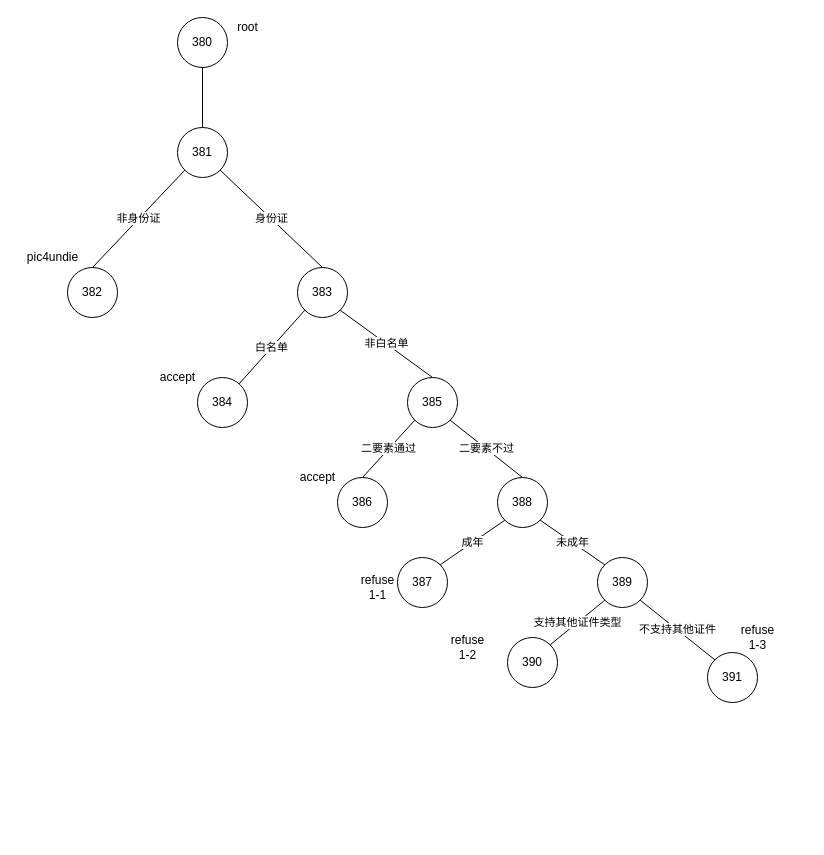
The draw.io diagram 受益人.drawio in North30/tupian, before the edit. Source tidied: cells renumbered, new cells numbered last; positions are measured from the earlier drawing's top-left corner, leaving out a move shared by most shapes. Both pictures are drawn from the tidied source at 100%, with x=0, y=0 at pixel (17, 17).
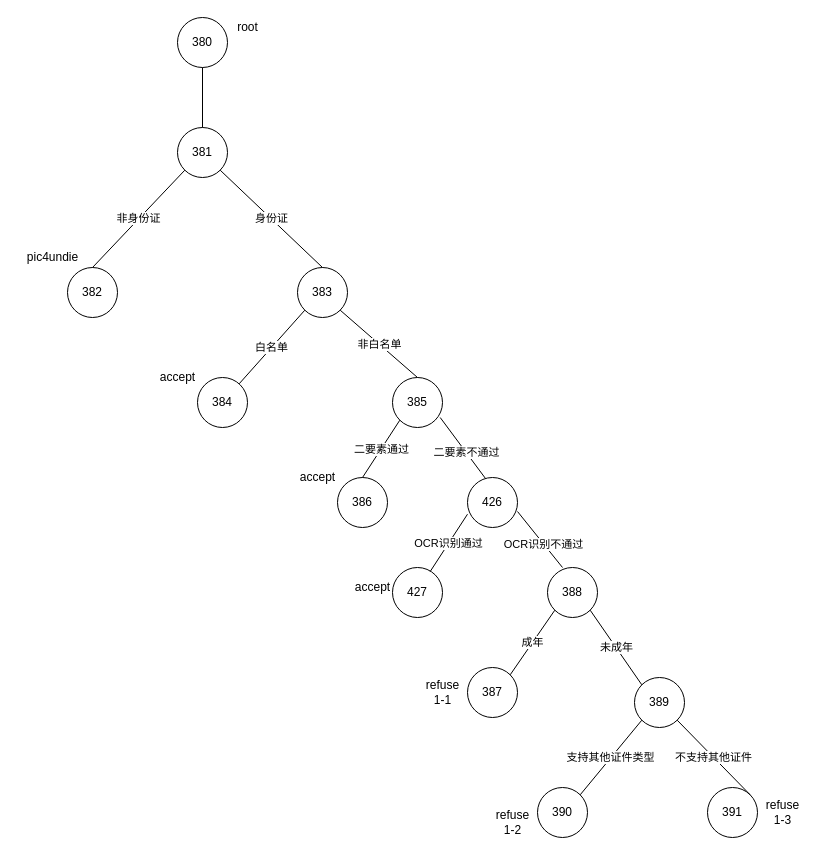
The same diagram, later.

The edit, as a diff of the source:
```diff
@@
     <mxCell id="11" value="385" style="ellipse;whiteSpace=wrap;html=1;" parent="1" vertex="1">
-      <mxGeometry x="390" y="360" width="50" height="50" as="geometry" />
+      <mxGeometry x="375" y="360" width="50" height="50" as="geometry" />
     </mxCell>
@@
     <mxCell id="16" value="388" style="ellipse;whiteSpace=wrap;html=1;" parent="1" vertex="1">
-      <mxGeometry x="480" y="460" width="50" height="50" as="geometry" />
+      <mxGeometry x="530" y="550" width="50" height="50" as="geometry" />
     </mxCell>
@@
-    <mxCell id="19" value="二要素不过" style="endArrow=none;html=1;entryX=1;entryY=1;entryDx=0;entryDy=0;exitX=0.5;exitY=0;exitDx=0;exitDy=0;" parent="1" edge="1" source="16" target="11">
-      <mxGeometry relative="1" as="geometry" />
-    </mxCell>
@@
     <mxCell id="21" value="389" style="ellipse;whiteSpace=wrap;html=1;" parent="1" vertex="1">
-      <mxGeometry x="580" y="540" width="50" height="50" as="geometry" />
+      <mxGeometry x="617" y="660" width="50" height="50" as="geometry" />
     </mxCell>
     <mxCell id="22" value="387" style="ellipse;whiteSpace=wrap;html=1;" parent="1" vertex="1">
-      <mxGeometry x="380" y="540" width="50" height="50" as="geometry" />
+      <mxGeometry x="450" y="650" width="50" height="50" as="geometry" />
     </mxCell>
@@
     <mxCell id="25" value="refuse&lt;br&gt;1-1" style="text;html=1;align=center;verticalAlign=middle;" parent="1" vertex="1">
-      <mxGeometry x="335" y="555" width="50" height="30" as="geometry" />
+      <mxGeometry x="400" y="660" width="50" height="30" as="geometry" />
     </mxCell>
-    <mxCell id="26" value="391" style="ellipse;whiteSpace=wrap;html=1;" parent="1" vertex="1">
-      <mxGeometry x="690" y="635" width="50" height="50" as="geometry" />
+    <mxCell id="26" value="391" style="ellipse;whiteSpace=wrap;html=1;direction=south;" parent="1" vertex="1">
+      <mxGeometry x="690" y="770" width="50" height="50" as="geometry" />
     </mxCell>
     <mxCell id="27" value="390" style="ellipse;whiteSpace=wrap;html=1;" parent="1" vertex="1">
-      <mxGeometry x="490" y="620" width="50" height="50" as="geometry" />
+      <mxGeometry x="520" y="770" width="50" height="50" as="geometry" />
     </mxCell>
@@
     <mxCell id="30" value="refuse&lt;br&gt;1-2" style="text;html=1;align=center;verticalAlign=middle;" parent="1" vertex="1">
-      <mxGeometry x="425" y="615" width="50" height="30" as="geometry" />
+      <mxGeometry x="470" y="790" width="50" height="30" as="geometry" />
     </mxCell>
     <mxCell id="31" value="refuse&lt;br&gt;1-3" style="text;html=1;align=center;verticalAlign=middle;" parent="1" vertex="1">
-      <mxGeometry x="715" y="605" width="50" height="30" as="geometry" />
+      <mxGeometry x="740" y="780" width="50" height="30" as="geometry" />
     </mxCell>
+    <mxCell id="32" value="426" style="ellipse;whiteSpace=wrap;html=1;" parent="1" vertex="1">
+      <mxGeometry x="450" y="460" width="50" height="50" as="geometry" />
+    </mxCell>
+    <mxCell id="33" value="二要素不通过" style="endArrow=none;html=1;entryX=1;entryY=1;entryDx=0;entryDy=0;exitX=0.36;exitY=0.02;exitDx=0;exitDy=0;exitPerimeter=0;" parent="1" edge="1" source="32">
+      <mxGeometry x="-0.17" relative="1" as="geometry">
+        <mxPoint x="422.7" y="400" as="targetPoint" />
+      </mxGeometry>
+    </mxCell>
+    <mxCell id="34" value="427" style="ellipse;whiteSpace=wrap;html=1;" parent="1" vertex="1">
+      <mxGeometry x="375" y="550" width="50" height="50" as="geometry" />
+    </mxCell>
+    <mxCell id="35" value="OCR识别通过" style="endArrow=none;html=1;entryX=0;entryY=1;entryDx=0;entryDy=0;exitX=0.5;exitY=0;exitDx=0;exitDy=0;" parent="1" edge="1">
+      <mxGeometry relative="1" as="geometry">
+        <mxPoint x="412.7" y="554" as="sourcePoint" />
+        <mxPoint x="450" y="496.7" as="targetPoint" />
+      </mxGeometry>
+    </mxCell>
+    <mxCell id="36" value="OCR识别不通过" style="endArrow=none;html=1;entryX=1;entryY=1;entryDx=0;entryDy=0;exitX=0.5;exitY=0;exitDx=0;exitDy=0;" parent="1" edge="1">
+      <mxGeometry x="-0.17" relative="1" as="geometry">
+        <mxPoint x="545" y="550" as="sourcePoint" />
+        <mxPoint x="500" y="494" as="targetPoint" />
+      </mxGeometry>
+    </mxCell>
+    <mxCell id="37" value="accept" style="text;html=1;align=center;verticalAlign=middle;" parent="1" vertex="1">
+      <mxGeometry x="330" y="560" width="50" height="20" as="geometry" />
+    </mxCell>
```
